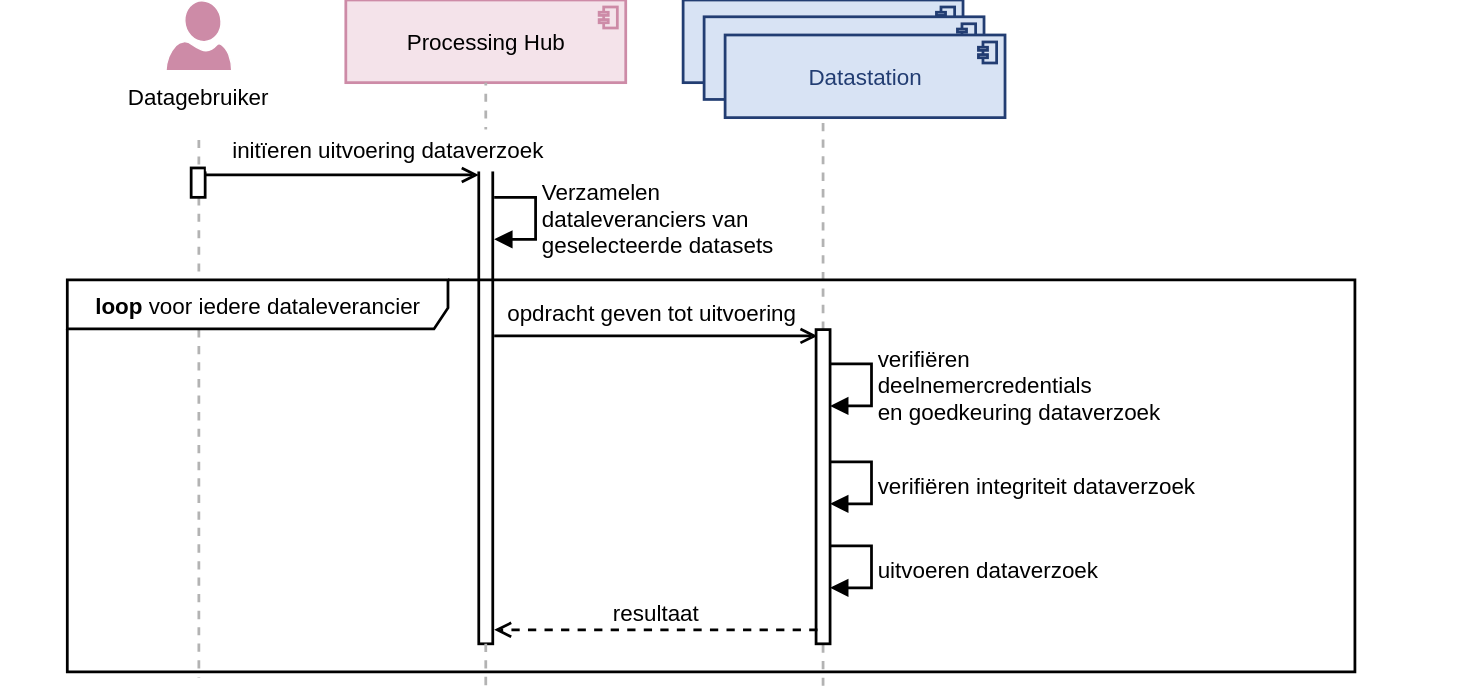
Health-RI/data-station-specification keeps this draw.io diagram as docs/applicatie/laag-3/datastation-dataverzoek.drawio.svg. Above is the earlier version. Source tidied: cells renumbered, new cells last; positions are measured from the earlier drawing's top-left corner, leaving out a move shared by most shapes.
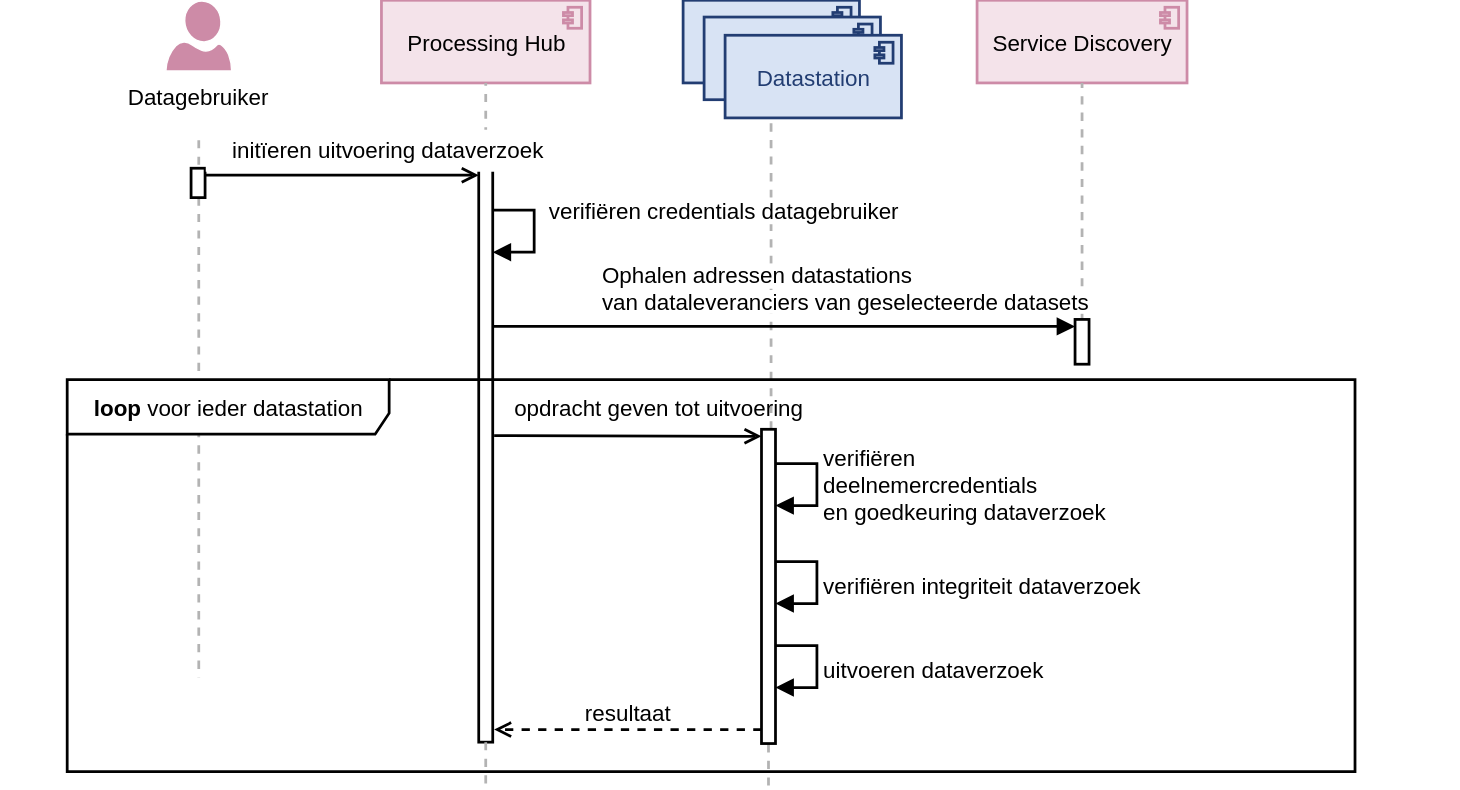
After the commit.

What changed in the source:
```diff
@@ -3,16 +3,16 @@
     <mxCell id="0" />
     <mxCell id="1" parent="0" />
     <mxCell id="2" value="Processing Hub" style="html=1;outlineConnect=0;whiteSpace=wrap;fillColor=light-dark(#F4E3EA,#F4E3EA);shape=mxgraph.archimate3.application;appType=comp;archiType=square;fontSize=16;strokeWidth=1.9685;strokeColor=#CD8BA7;fontStyle=0;verticalAlign=middle;" parent="1" vertex="1">
-      <mxGeometry x="247" width="200" height="59.1" as="geometry" />
+      <mxGeometry x="272.5" width="149" height="59.1" as="geometry" />
     </mxCell>
     <mxCell id="3" style="rounded=0;whiteSpace=wrap;html=1;fillColor=none;strokeColor=none;" parent="1" vertex="1">
-      <mxGeometry y="259.1" width="1042.8" height="60" as="geometry" />
+      <mxGeometry y="330.1" width="1042.8" height="60" as="geometry" />
     </mxCell>
     <mxCell id="4" value="Datastation" style="html=1;outlineConnect=0;whiteSpace=wrap;fillColor=light-dark(#D8E3F4,#D8E3F4);shape=mxgraph.archimate3.application;appType=comp;archiType=square;fontSize=16;strokeWidth=1.9685;strokeColor=#223D72;fontColor=#223D72;fontStyle=0;verticalAlign=middle;spacingBottom=0;" parent="1" vertex="1">
-      <mxGeometry x="488" width="200" height="59.1" as="geometry" />
+      <mxGeometry x="488" width="126" height="59.1" as="geometry" />
     </mxCell>
     <mxCell id="5" style="html=1;points=[[0,0,0,0,5],[0,1,0,0,-5],[1,0,0,0,5],[1,1,0,0,-5]];perimeter=orthogonalPerimeter;outlineConnect=0;targetShapes=umlLifeline;portConstraint=eastwest;newEdgeStyle={&quot;curved&quot;:0,&quot;rounded&quot;:0};strokeWidth=1.9685;" parent="1" vertex="1">
-      <mxGeometry x="342" y="120" width="10" height="340" as="geometry" />
+      <mxGeometry x="342" y="120" width="10" height="410" as="geometry" />
     </mxCell>
     <mxCell id="6" style="endArrow=none;html=1;rounded=0;fontSize=12;startSize=8;endSize=8;curved=1;dashed=1;strokeWidth=1.9685;strokeColor=#B3B3B3;" parent="1" edge="1" source="24">
       <mxGeometry relative="1" as="geometry">
@@ -27,44 +27,33 @@
     </mxCell>
     <mxCell id="9" style="endArrow=none;html=1;rounded=0;fontSize=12;startSize=8;endSize=8;curved=1;dashed=1;strokeWidth=1.9685;strokeColor=#B3B3B3;" parent="1" edge="1" target="19">
       <mxGeometry relative="1" as="geometry">
-        <mxPoint x="588" y="333" as="sourcePoint" />
+        <mxPoint x="549" y="404" as="sourcePoint" />
       </mxGeometry>
     </mxCell>
-    <mxCell id="10" style="html=1;verticalAlign=bottom;endArrow=open;curved=0;rounded=0;fontSize=16;startSize=8;endSize=8;strokeWidth=1.9685;entryX=0;entryY=0;entryDx=0;entryDy=5;entryPerimeter=0;endFill=0;" parent="1" edge="1">
+    <mxCell id="10" style="html=1;verticalAlign=bottom;endArrow=open;curved=0;rounded=0;fontSize=16;startSize=8;endSize=8;strokeWidth=1.9685;entryX=0;entryY=0;entryDx=0;entryDy=5;entryPerimeter=0;endFill=0;" parent="1" edge="1" target="19">
       <mxGeometry relative="1" as="geometry">
-        <mxPoint x="353" y="240" as="sourcePoint" />
-        <mxPoint x="584" y="240" as="targetPoint" />
+        <mxPoint x="353" y="311" as="sourcePoint" />
       </mxGeometry>
     </mxCell>
     <mxCell id="11" value="opdracht geven tot uitvoering" style="text;html=1;whiteSpace=wrap;strokeColor=none;fillColor=none;align=center;verticalAlign=middle;rounded=0;fontSize=16;" parent="1" vertex="1">
-      <mxGeometry x="353" y="203" width="225" height="40" as="geometry" />
+      <mxGeometry x="358" y="271" width="225" height="40" as="geometry" />
     </mxCell>
-    <mxCell id="12" value="Verzamelen&amp;nbsp;&lt;div&gt;&lt;/div&gt;&lt;div&gt;&lt;span style=&quot;background-color: light-dark(#ffffff, var(--ge-dark-color, #121212)); color: light-dark(rgb(0, 0, 0), rgb(255, 255, 255));&quot;&gt;dataleveranciers van&lt;/span&gt;&lt;/div&gt;&lt;div&gt;&lt;span style=&quot;background-color: light-dark(#ffffff, var(--ge-dark-color, #121212)); color: light-dark(rgb(0, 0, 0), rgb(255, 255, 255));&quot;&gt;geselecteerde datasets&lt;/span&gt;&lt;/div&gt;" style="html=1;align=left;spacingLeft=2;endArrow=block;rounded=0;edgeStyle=orthogonalEdgeStyle;curved=0;rounded=0;fontSize=16;startSize=8;endSize=8;strokeWidth=1.9685;" parent="1" edge="1">
-      <mxGeometry x="0.01" relative="1" as="geometry">
-        <mxPoint x="353" y="141" as="sourcePoint" />
-        <mxPoint x="353" y="171" as="targetPoint" />
-        <Array as="points">
-          <mxPoint x="382.6" y="141" />
-          <mxPoint x="382.6" y="171" />
-        </Array>
-      </mxGeometry>
-    </mxCell>
-    <mxCell id="13" value="&lt;b&gt;loop&lt;/b&gt; voor iedere dataleverancier" style="shape=umlFrame;whiteSpace=wrap;html=1;width=272;height=35;fontSize=16;strokeWidth=1.9685;" parent="1" vertex="1">
-      <mxGeometry x="48" y="200" width="920" height="280" as="geometry" />
+    <mxCell id="13" value="&lt;b&gt;loop&lt;/b&gt; voor ieder datastation" style="shape=umlFrame;whiteSpace=wrap;html=1;width=230;height=39;fontSize=16;strokeWidth=1.9685;" parent="1" vertex="1">
+      <mxGeometry x="48" y="271" width="920" height="280" as="geometry" />
     </mxCell>
     <mxCell id="14" value="verifiëren&amp;nbsp;&lt;div&gt;deelnemercredentials&lt;/div&gt;&lt;div&gt;en goedkeuring dataverzoek&lt;/div&gt;" style="html=1;align=left;spacingLeft=2;endArrow=block;rounded=0;edgeStyle=orthogonalEdgeStyle;curved=0;rounded=0;fontSize=16;startSize=8;endSize=8;strokeWidth=1.9685;" parent="1" edge="1">
       <mxGeometry x="0.01" relative="1" as="geometry">
-        <mxPoint x="593" y="260" as="sourcePoint" />
-        <mxPoint x="593" y="290" as="targetPoint" />
+        <mxPoint x="554" y="331" as="sourcePoint" />
+        <mxPoint x="554" y="361" as="targetPoint" />
         <Array as="points">
-          <mxPoint x="622.6" y="260" />
-          <mxPoint x="622.6" y="290" />
+          <mxPoint x="583.6" y="331" />
+          <mxPoint x="583.6" y="361" />
         </Array>
       </mxGeometry>
     </mxCell>
     <mxCell id="15" style="endArrow=none;html=1;rounded=0;fontSize=12;startSize=8;endSize=8;curved=1;dashed=1;strokeWidth=1.9685;strokeColor=#B3B3B3;" parent="1" edge="1" source="5">
       <mxGeometry relative="1" as="geometry">
-        <mxPoint x="347" y="490" as="targetPoint" />
+        <mxPoint x="347" y="561" as="targetPoint" />
       </mxGeometry>
     </mxCell>
     <mxCell id="16" style="sketch=0;shadow=0;dashed=0;html=1;strokeColor=#FFFFFF;labelPosition=center;verticalLabelPosition=bottom;verticalAlign=top;align=center;fillColor=#CD8BA7;shape=mxgraph.azure.user;fontFamily=Arial;" parent="1" vertex="1">
@@ -75,36 +64,35 @@
     </mxCell>
     <mxCell id="18" style="endArrow=none;html=1;rounded=0;fontSize=12;startSize=8;endSize=8;curved=1;dashed=1;strokeWidth=1.9685;strokeColor=#B3B3B3;" parent="1" edge="1" target="19">
       <mxGeometry relative="1" as="geometry">
-        <mxPoint x="588" y="490" as="sourcePoint" />
+        <mxPoint x="549" y="561" as="sourcePoint" />
       </mxGeometry>
     </mxCell>
     <mxCell id="19" style="html=1;points=[[0,0,0,0,5],[0,1,0,0,-5],[1,0,0,0,5],[1,1,0,0,-5]];perimeter=orthogonalPerimeter;outlineConnect=0;targetShapes=umlLifeline;portConstraint=eastwest;newEdgeStyle={&quot;curved&quot;:0,&quot;rounded&quot;:0};strokeWidth=1.9685;" parent="1" vertex="1">
-      <mxGeometry x="583" y="235.5" width="10" height="224.5" as="geometry" />
+      <mxGeometry x="544" y="306.5" width="10" height="224.5" as="geometry" />
     </mxCell>
     <mxCell id="20" value="verifiëren integriteit dataverzoek" style="html=1;align=left;spacingLeft=2;endArrow=block;rounded=0;edgeStyle=orthogonalEdgeStyle;curved=0;rounded=0;fontSize=16;startSize=8;endSize=8;strokeWidth=1.9685;" parent="1" edge="1">
       <mxGeometry x="0.05" relative="1" as="geometry">
-        <mxPoint x="593" y="330" as="sourcePoint" />
-        <mxPoint x="593" y="360" as="targetPoint" />
+        <mxPoint x="554" y="401" as="sourcePoint" />
+        <mxPoint x="554" y="431" as="targetPoint" />
         <Array as="points">
-          <mxPoint x="622.6" y="330" />
-          <mxPoint x="622.6" y="360" />
+          <mxPoint x="583.6" y="401" />
+          <mxPoint x="583.6" y="431" />
         </Array>
       </mxGeometry>
     </mxCell>
     <mxCell id="21" value="uitvoeren dataverzoek" style="html=1;align=left;spacingLeft=2;endArrow=block;rounded=0;edgeStyle=orthogonalEdgeStyle;curved=0;rounded=0;fontSize=16;startSize=8;endSize=8;strokeWidth=1.9685;" parent="1" edge="1">
       <mxGeometry x="0.05" relative="1" as="geometry">
-        <mxPoint x="593" y="390" as="sourcePoint" />
-        <mxPoint x="593" y="420" as="targetPoint" />
+        <mxPoint x="554" y="461" as="sourcePoint" />
+        <mxPoint x="554" y="491" as="targetPoint" />
         <Array as="points">
-          <mxPoint x="622.6" y="390" />
-          <mxPoint x="622.6" y="420" />
+          <mxPoint x="583.6" y="461" />
+          <mxPoint x="583.6" y="491" />
         </Array>
       </mxGeometry>
     </mxCell>
-    <mxCell id="22" value="resultaat" style="html=1;verticalAlign=bottom;endArrow=open;dashed=1;endSize=8;curved=0;rounded=0;fontSize=16;strokeWidth=1.9685;exitX=0;exitY=1;exitDx=0;exitDy=-5;exitPerimeter=0;" parent="1" edge="1">
+    <mxCell id="22" value="resultaat" style="html=1;verticalAlign=bottom;endArrow=open;dashed=1;endSize=8;curved=0;rounded=0;fontSize=16;strokeWidth=1.9685;" parent="1" edge="1" source="19">
       <mxGeometry relative="1" as="geometry">
-        <mxPoint x="584" y="450" as="sourcePoint" />
-        <mxPoint x="353" y="450" as="targetPoint" />
+        <mxPoint x="353" y="521" as="targetPoint" />
       </mxGeometry>
     </mxCell>
     <mxCell id="23" style="endArrow=none;html=1;rounded=0;fontSize=12;startSize=8;endSize=8;curved=1;dashed=1;strokeWidth=1.9685;strokeColor=#B3B3B3;" parent="1" edge="1" target="24">
@@ -122,10 +110,37 @@
       <mxGeometry relative="1" as="geometry" />
     </mxCell>
     <mxCell id="27" value="Datastation" style="html=1;whiteSpace=wrap;fillColor=light-dark(#D8E3F4,#D8E3F4);shape=mxgraph.archimate3.application;appType=comp;archiType=square;fontSize=16;strokeWidth=1.9685;strokeColor=#223D72;fontColor=#223D72;fontStyle=0;verticalAlign=middle;spacingBottom=0;" parent="1" vertex="1">
-      <mxGeometry x="503" y="12" width="200" height="59.1" as="geometry" />
+      <mxGeometry x="503" y="12" width="126" height="59.1" as="geometry" />
     </mxCell>
     <mxCell id="28" value="Datastation" style="html=1;whiteSpace=wrap;fillColor=light-dark(#D8E3F4,#D8E3F4);shape=mxgraph.archimate3.application;appType=comp;archiType=square;fontSize=16;strokeWidth=1.9685;strokeColor=#223D72;fontColor=#223D72;fontStyle=0;verticalAlign=middle;spacingBottom=0;" parent="1" vertex="1">
-      <mxGeometry x="518" y="25" width="200" height="59.1" as="geometry" />
+      <mxGeometry x="518" y="25" width="126" height="59.1" as="geometry" />
     </mxCell>
+    <mxCell id="29" value="verifiëren credentials datagebruiker" style="html=1;align=left;spacingLeft=2;endArrow=block;rounded=0;edgeStyle=orthogonalEdgeStyle;curved=0;rounded=0;fontSize=16;startSize=8;endSize=8;strokeWidth=1.9685;" parent="1" edge="1">
+      <mxGeometry x="-0.34" y="6" relative="1" as="geometry">
+        <mxPoint x="352" y="150" as="sourcePoint" />
+        <mxPoint x="352" y="180" as="targetPoint" />
+        <Array as="points">
+          <mxPoint x="381.6" y="150" />
+          <mxPoint x="381.6" y="180" />
+        </Array>
+      </mxGeometry>
+    </mxCell>
+    <mxCell id="30" value="Service Discovery" style="html=1;outlineConnect=0;whiteSpace=wrap;fillColor=light-dark(#F4E3EA,#F4E3EA);shape=mxgraph.archimate3.application;appType=comp;archiType=square;fontSize=16;strokeWidth=1.9685;strokeColor=#CD8BA7;fontStyle=0;verticalAlign=middle;" parent="1" vertex="1">
+      <mxGeometry x="698" width="150" height="59" as="geometry" />
+    </mxCell>
+    <mxCell id="31" style="endArrow=none;html=1;rounded=0;fontSize=12;startSize=8;endSize=8;curved=1;dashed=1;strokeWidth=1.9685;strokeColor=#B3B3B3;" parent="1" edge="1" source="32" target="30">
+      <mxGeometry relative="1" as="geometry" />
+    </mxCell>
+    <mxCell id="32" style="html=1;points=[[0,0,0,0,5],[0,1,0,0,-5],[1,0,0,0,5],[1,1,0,0,-5]];perimeter=orthogonalPerimeter;outlineConnect=0;targetShapes=umlLifeline;portConstraint=eastwest;newEdgeStyle={&quot;curved&quot;:0,&quot;rounded&quot;:0};strokeWidth=1.9685;" parent="1" vertex="1">
+      <mxGeometry x="768" y="228" width="10" height="32" as="geometry" />
+    </mxCell>
+    <mxCell id="33" style="html=1;verticalAlign=bottom;endArrow=block;curved=0;rounded=0;fontSize=16;startSize=8;endSize=8;strokeWidth=1.9685;entryX=0;entryY=0;entryDx=0;entryDy=5;entryPerimeter=0;" parent="1" edge="1" target="32">
+      <mxGeometry relative="1" as="geometry">
+        <mxPoint x="352" y="233" as="sourcePoint" />
+      </mxGeometry>
+    </mxCell>
+    <mxCell id="34" value="&lt;span style=&quot;color: rgb(0, 0, 0); font-family: Helvetica; font-size: 16px; font-style: normal; font-variant-ligatures: normal; font-variant-caps: normal; font-weight: 400; letter-spacing: normal; orphans: 2; text-align: left; text-indent: 0px; text-transform: none; widows: 2; word-spacing: 0px; -webkit-text-stroke-width: 0px; white-space: nowrap; background-color: rgb(255, 255, 255); text-decoration-thickness: initial; text-decoration-style: initial; text-decoration-color: initial; display: inline !important; float: none;&quot;&gt;Ophalen&amp;nbsp;&lt;/span&gt;&lt;span style=&quot;background-color: rgb(255, 255, 255); color: light-dark(rgb(0, 0, 0), rgb(255, 255, 255)); font-size: 16px; text-wrap-mode: nowrap;&quot;&gt;adressen datastations&amp;nbsp;&lt;/span&gt;&lt;div style=&quot;forced-color-adjust: none; color: rgb(0, 0, 0); font-family: Helvetica; font-size: 16px; font-style: normal; font-variant-ligatures: normal; font-variant-caps: normal; font-weight: 400; letter-spacing: normal; orphans: 2; text-align: left; text-indent: 0px; text-transform: none; widows: 2; word-spacing: 0px; -webkit-text-stroke-width: 0px; white-space: nowrap; text-decoration-thickness: initial; text-decoration-style: initial; text-decoration-color: initial;&quot;&gt;&lt;span style=&quot;forced-color-adjust: none; background-color: rgb(255, 255, 255); color: light-dark(rgb(0, 0, 0), rgb(255, 255, 255));&quot;&gt;van dataleveranciers van&amp;nbsp;&lt;/span&gt;&lt;span style=&quot;forced-color-adjust: none; background-color: rgb(255, 255, 255); color: light-dark(rgb(0, 0, 0), rgb(255, 255, 255));&quot;&gt;geselecteerde datasets&lt;/span&gt;&lt;/div&gt;" style="text;whiteSpace=wrap;html=1;" parent="1" vertex="1">
+      <mxGeometry x="428" y="180" width="370" height="50" as="geometry" />
+    </mxCell>
   </root>
 </mxGraphModel>
```
